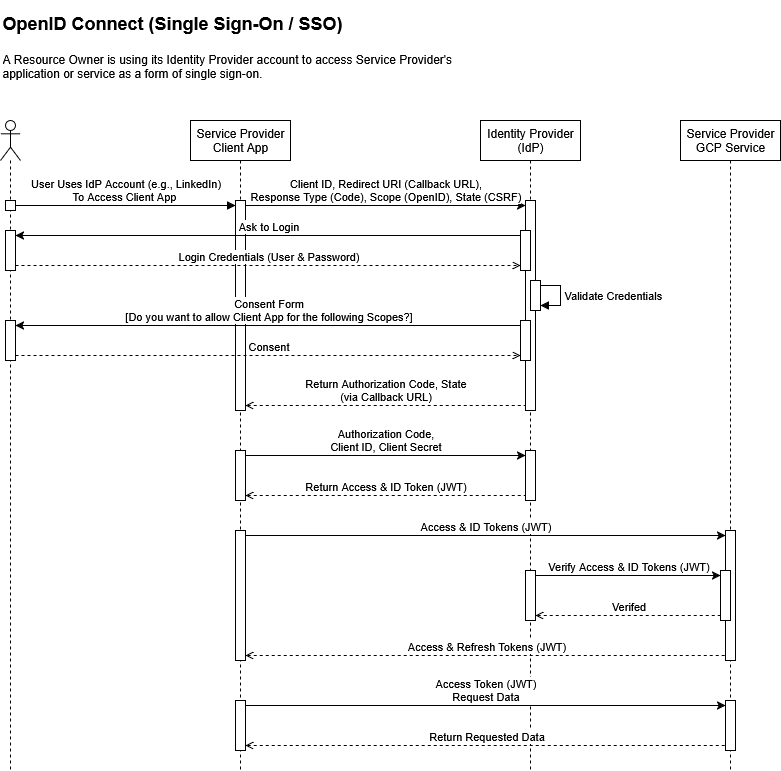
securityscience/Authentication-Authorization keeps this draw.io diagram as OpenID Connect (SSO).drawio.png. Above is the earlier version. Source tidied: cells renumbered, new cells last; positions are measured from the earlier drawing's top-left corner, leaving out a move shared by most shapes. Source of this version:
```xml
<mxGraphModel background="#ffffff">
  <root>
    <mxCell id="0" />
    <mxCell id="1" parent="0" />
    <mxCell id="2" value="&lt;h1 style=&quot;margin-top: 0px;&quot;&gt;&lt;font style=&quot;font-size: 18px;&quot;&gt;OpenID Connect (Single Sign-On / SSO)&lt;/font&gt;&lt;/h1&gt;&lt;p&gt;A Resource Owner is using its Identity Provider account to access Service Provider's application or service as a form of single sign-on.&lt;/p&gt;" style="text;html=1;whiteSpace=wrap;overflow=hidden;rounded=0;" parent="1" vertex="1">
      <mxGeometry width="490" height="90" as="geometry" />
    </mxCell>
    <mxCell id="3" value="&lt;div&gt;Service Provider Client App&lt;/div&gt;" style="shape=umlLifeline;perimeter=lifelinePerimeter;whiteSpace=wrap;html=1;newEdgeStyle={&quot;curved&quot;:0,&quot;rounded&quot;:0};" parent="1" vertex="1">
      <mxGeometry x="190" y="120" width="100" height="650" as="geometry" />
    </mxCell>
    <mxCell id="4" style="html=1;points=[[0,0,0,0,5],[0,1,0,0,-5],[1,0,0,0,5],[1,1,0,0,-5]];perimeter=orthogonalPerimeter;outlineConnect=0;targetShapes=umlLifeline;portConstraint=eastwest;newEdgeStyle={&quot;curved&quot;:0,&quot;rounded&quot;:0};" parent="3" vertex="1">
      <mxGeometry x="45" y="80" width="10" height="210" as="geometry" />
    </mxCell>
    <mxCell id="5" style="html=1;points=[[0,0,0,0,5],[0,1,0,0,-5],[1,0,0,0,5],[1,1,0,0,-5]];perimeter=orthogonalPerimeter;outlineConnect=0;targetShapes=umlLifeline;portConstraint=eastwest;newEdgeStyle={&quot;curved&quot;:0,&quot;rounded&quot;:0};" parent="3" vertex="1">
      <mxGeometry x="45" y="330" width="10" height="50" as="geometry" />
    </mxCell>
    <mxCell id="6" style="html=1;points=[[0,0,0,0,5],[0,1,0,0,-5],[1,0,0,0,5],[1,1,0,0,-5]];perimeter=orthogonalPerimeter;outlineConnect=0;targetShapes=umlLifeline;portConstraint=eastwest;newEdgeStyle={&quot;curved&quot;:0,&quot;rounded&quot;:0};" parent="3" vertex="1">
      <mxGeometry x="45" y="410" width="10" height="130" as="geometry" />
    </mxCell>
    <mxCell id="7" style="html=1;points=[[0,0,0,0,5],[0,1,0,0,-5],[1,0,0,0,5],[1,1,0,0,-5]];perimeter=orthogonalPerimeter;outlineConnect=0;targetShapes=umlLifeline;portConstraint=eastwest;newEdgeStyle={&quot;curved&quot;:0,&quot;rounded&quot;:0};" parent="3" vertex="1">
      <mxGeometry x="45" y="580" width="10" height="50" as="geometry" />
    </mxCell>
    <mxCell id="8" value="Identity Provider (IdP)" style="shape=umlLifeline;perimeter=lifelinePerimeter;whiteSpace=wrap;html=1;newEdgeStyle={&quot;curved&quot;:0,&quot;rounded&quot;:0};" parent="1" vertex="1">
      <mxGeometry x="480" y="120" width="100" height="650" as="geometry" />
    </mxCell>
    <mxCell id="9" style="html=1;points=[[0,0,0,0,5],[0,1,0,0,-5],[1,0,0,0,5],[1,1,0,0,-5]];perimeter=orthogonalPerimeter;outlineConnect=0;targetShapes=umlLifeline;portConstraint=eastwest;newEdgeStyle={&quot;curved&quot;:0,&quot;rounded&quot;:0};" parent="8" vertex="1">
      <mxGeometry x="45" y="80" width="10" height="210" as="geometry" />
    </mxCell>
    <mxCell id="10" style="html=1;points=[[0,0,0,0,5],[0,1,0,0,-5],[1,0,0,0,5],[1,1,0,0,-5]];perimeter=orthogonalPerimeter;outlineConnect=0;targetShapes=umlLifeline;portConstraint=eastwest;newEdgeStyle={&quot;curved&quot;:0,&quot;rounded&quot;:0};" parent="8" vertex="1">
      <mxGeometry x="40" y="110" width="10" height="40" as="geometry" />
    </mxCell>
    <mxCell id="11" style="html=1;points=[[0,0,0,0,5],[0,1,0,0,-5],[1,0,0,0,5],[1,1,0,0,-5]];perimeter=orthogonalPerimeter;outlineConnect=0;targetShapes=umlLifeline;portConstraint=eastwest;newEdgeStyle={&quot;curved&quot;:0,&quot;rounded&quot;:0};" parent="8" vertex="1">
      <mxGeometry x="50" y="160" width="10" height="30" as="geometry" />
    </mxCell>
    <mxCell id="12" value="Validate Credentials" style="html=1;align=left;spacingLeft=2;endArrow=block;rounded=0;edgeStyle=orthogonalEdgeStyle;curved=0;rounded=0;" parent="8" edge="1" source="11" target="11">
      <mxGeometry relative="1" as="geometry" />
    </mxCell>
    <mxCell id="13" style="html=1;points=[[0,0,0,0,5],[0,1,0,0,-5],[1,0,0,0,5],[1,1,0,0,-5]];perimeter=orthogonalPerimeter;outlineConnect=0;targetShapes=umlLifeline;portConstraint=eastwest;newEdgeStyle={&quot;curved&quot;:0,&quot;rounded&quot;:0};" parent="8" vertex="1">
      <mxGeometry x="40" y="200" width="10" height="40" as="geometry" />
    </mxCell>
    <mxCell id="14" style="html=1;points=[[0,0,0,0,5],[0,1,0,0,-5],[1,0,0,0,5],[1,1,0,0,-5]];perimeter=orthogonalPerimeter;outlineConnect=0;targetShapes=umlLifeline;portConstraint=eastwest;newEdgeStyle={&quot;curved&quot;:0,&quot;rounded&quot;:0};" parent="8" vertex="1">
      <mxGeometry x="45" y="330" width="10" height="50" as="geometry" />
    </mxCell>
    <mxCell id="15" style="html=1;points=[[0,0,0,0,5],[0,1,0,0,-5],[1,0,0,0,5],[1,1,0,0,-5]];perimeter=orthogonalPerimeter;outlineConnect=0;targetShapes=umlLifeline;portConstraint=eastwest;newEdgeStyle={&quot;curved&quot;:0,&quot;rounded&quot;:0};" parent="8" vertex="1">
      <mxGeometry x="45" y="450" width="10" height="50" as="geometry" />
    </mxCell>
    <mxCell id="16" value="Service Provider GCP Service" style="shape=umlLifeline;perimeter=lifelinePerimeter;whiteSpace=wrap;html=1;newEdgeStyle={&quot;curved&quot;:0,&quot;rounded&quot;:0};" parent="1" vertex="1">
      <mxGeometry x="680" y="120" width="100" height="650" as="geometry" />
    </mxCell>
    <mxCell id="17" style="html=1;points=[[0,0,0,0,5],[0,1,0,0,-5],[1,0,0,0,5],[1,1,0,0,-5]];perimeter=orthogonalPerimeter;outlineConnect=0;targetShapes=umlLifeline;portConstraint=eastwest;newEdgeStyle={&quot;curved&quot;:0,&quot;rounded&quot;:0};" parent="16" vertex="1">
      <mxGeometry x="45" y="410" width="10" height="130" as="geometry" />
    </mxCell>
    <mxCell id="18" style="html=1;points=[[0,0,0,0,5],[0,1,0,0,-5],[1,0,0,0,5],[1,1,0,0,-5]];perimeter=orthogonalPerimeter;outlineConnect=0;targetShapes=umlLifeline;portConstraint=eastwest;newEdgeStyle={&quot;curved&quot;:0,&quot;rounded&quot;:0};" parent="16" vertex="1">
      <mxGeometry x="40" y="450" width="10" height="50" as="geometry" />
    </mxCell>
    <mxCell id="19" style="html=1;points=[[0,0,0,0,5],[0,1,0,0,-5],[1,0,0,0,5],[1,1,0,0,-5]];perimeter=orthogonalPerimeter;outlineConnect=0;targetShapes=umlLifeline;portConstraint=eastwest;newEdgeStyle={&quot;curved&quot;:0,&quot;rounded&quot;:0};" parent="16" vertex="1">
      <mxGeometry x="45" y="580" width="10" height="50" as="geometry" />
    </mxCell>
    <mxCell id="20" style="shape=umlLifeline;perimeter=lifelinePerimeter;whiteSpace=wrap;html=1;newEdgeStyle={&quot;curved&quot;:0,&quot;rounded&quot;:0};participant=umlActor;" parent="1" vertex="1">
      <mxGeometry y="120" width="20" height="650" as="geometry" />
    </mxCell>
    <mxCell id="21" style="html=1;points=[[0,0,0,0,5],[0,1,0,0,-5],[1,0,0,0,5],[1,1,0,0,-5]];perimeter=orthogonalPerimeter;outlineConnect=0;targetShapes=umlLifeline;portConstraint=eastwest;newEdgeStyle={&quot;curved&quot;:0,&quot;rounded&quot;:0};" parent="20" vertex="1">
      <mxGeometry x="5" y="80" width="10" height="10" as="geometry" />
    </mxCell>
    <mxCell id="22" style="html=1;points=[[0,0,0,0,5],[0,1,0,0,-5],[1,0,0,0,5],[1,1,0,0,-5]];perimeter=orthogonalPerimeter;outlineConnect=0;targetShapes=umlLifeline;portConstraint=eastwest;newEdgeStyle={&quot;curved&quot;:0,&quot;rounded&quot;:0};" parent="20" vertex="1">
      <mxGeometry x="5" y="110" width="10" height="40" as="geometry" />
    </mxCell>
    <mxCell id="23" style="html=1;points=[[0,0,0,0,5],[0,1,0,0,-5],[1,0,0,0,5],[1,1,0,0,-5]];perimeter=orthogonalPerimeter;outlineConnect=0;targetShapes=umlLifeline;portConstraint=eastwest;newEdgeStyle={&quot;curved&quot;:0,&quot;rounded&quot;:0};" parent="20" vertex="1">
      <mxGeometry x="5" y="200" width="10" height="40" as="geometry" />
    </mxCell>
    <mxCell id="24" value="&lt;div&gt;User Uses&amp;nbsp;IdP Account (e.g., LinkedIn)&lt;/div&gt;&lt;div&gt;To Access Client App&amp;nbsp;&lt;/div&gt;" style="html=1;verticalAlign=bottom;endArrow=block;curved=0;rounded=0;exitX=1;exitY=0;exitDx=0;exitDy=5;exitPerimeter=0;entryX=0;entryY=0;entryDx=0;entryDy=5;entryPerimeter=0;" parent="1" edge="1" source="21" target="4">
      <mxGeometry relative="1" as="geometry" />
    </mxCell>
    <mxCell id="25" value="&lt;div&gt;Client ID, Redirect URI (Callback URL),&lt;/div&gt;&lt;div&gt;Response Type (Code), Scope (OpenID), State (CSRF)&lt;/div&gt;" style="html=1;verticalAlign=bottom;endArrow=classic;curved=0;rounded=0;exitX=1;exitY=0;exitDx=0;exitDy=5;exitPerimeter=0;entryX=0;entryY=0;entryDx=0;entryDy=5;entryPerimeter=0;endFill=1;" parent="1" edge="1" source="4" target="9">
      <mxGeometry relative="1" as="geometry" />
    </mxCell>
    <mxCell id="26" value="Ask to Login" style="html=1;verticalAlign=bottom;endArrow=none;curved=0;rounded=0;entryX=0;entryY=0;entryDx=0;entryDy=5;entryPerimeter=0;startArrow=classic;startFill=1;endFill=0;exitX=1;exitY=0;exitDx=0;exitDy=5;exitPerimeter=0;shadow=0;" parent="1" edge="1" source="22" target="10">
      <mxGeometry relative="1" as="geometry" />
    </mxCell>
    <mxCell id="27" value="Login Credentials (User &amp;amp; Password)" style="html=1;verticalAlign=bottom;endArrow=open;curved=0;rounded=0;entryX=0;entryY=1;entryDx=0;entryDy=-5;entryPerimeter=0;startArrow=none;startFill=0;endFill=0;exitX=1;exitY=1;exitDx=0;exitDy=-5;exitPerimeter=0;shadow=0;dashed=1;" parent="1" edge="1" source="22" target="10">
      <mxGeometry relative="1" as="geometry" />
    </mxCell>
    <mxCell id="28" value="&lt;div&gt;Consent Form&lt;/div&gt;&lt;div&gt;[Do you want to allow Client App for the following Scopes?]&lt;/div&gt;" style="html=1;verticalAlign=bottom;endArrow=none;curved=0;rounded=0;entryX=0;entryY=0;entryDx=0;entryDy=5;entryPerimeter=0;startArrow=classic;startFill=1;endFill=0;exitX=1;exitY=0;exitDx=0;exitDy=5;exitPerimeter=0;shadow=0;" parent="1" edge="1" source="23" target="13">
      <mxGeometry relative="1" as="geometry" />
    </mxCell>
    <mxCell id="29" value="Consent" style="html=1;verticalAlign=bottom;endArrow=open;curved=0;rounded=0;entryX=0;entryY=1;entryDx=0;entryDy=-5;entryPerimeter=0;startArrow=none;startFill=0;endFill=0;exitX=1;exitY=1;exitDx=0;exitDy=-5;exitPerimeter=0;shadow=0;dashed=1;" parent="1" edge="1" source="23" target="13">
      <mxGeometry relative="1" as="geometry" />
    </mxCell>
    <mxCell id="30" value="&lt;div&gt;Return Authorization Code, State&lt;/div&gt;&lt;div&gt;(via Callback URL)&lt;/div&gt;" style="html=1;verticalAlign=bottom;endArrow=none;curved=0;rounded=0;entryX=0;entryY=1;entryDx=0;entryDy=-5;entryPerimeter=0;startArrow=open;startFill=0;endFill=0;shadow=0;dashed=1;exitX=1;exitY=1;exitDx=0;exitDy=-5;exitPerimeter=0;" parent="1" edge="1" source="4" target="9">
      <mxGeometry relative="1" as="geometry" />
    </mxCell>
    <mxCell id="31" value="&lt;div&gt;Authorization Code,&lt;/div&gt;&lt;div&gt;Client ID, Client Secret&lt;/div&gt;" style="html=1;verticalAlign=bottom;endArrow=classic;curved=0;rounded=0;exitX=1;exitY=0;exitDx=0;exitDy=5;exitPerimeter=0;entryX=0;entryY=0;entryDx=0;entryDy=5;entryPerimeter=0;endFill=1;" parent="1" edge="1" source="5" target="14">
      <mxGeometry relative="1" as="geometry" />
    </mxCell>
    <mxCell id="32" value="&lt;div&gt;Return Access &amp;amp; ID Token (JWT)&lt;/div&gt;" style="html=1;verticalAlign=bottom;endArrow=none;curved=0;rounded=0;entryX=0;entryY=1;entryDx=0;entryDy=-5;entryPerimeter=0;startArrow=open;startFill=0;endFill=0;shadow=0;dashed=1;exitX=1;exitY=1;exitDx=0;exitDy=-5;exitPerimeter=0;" parent="1" edge="1" source="5" target="14">
      <mxGeometry relative="1" as="geometry" />
    </mxCell>
    <mxCell id="33" value="&lt;div&gt;Access &amp;amp; ID Tokens (JWT)&lt;/div&gt;" style="html=1;verticalAlign=bottom;endArrow=classic;curved=0;rounded=0;entryX=0;entryY=0;entryDx=0;entryDy=5;entryPerimeter=0;endFill=1;exitX=1;exitY=0;exitDx=0;exitDy=5;exitPerimeter=0;" parent="1" edge="1" source="6" target="17">
      <mxGeometry relative="1" as="geometry" />
    </mxCell>
    <mxCell id="34" value="Access &amp;amp; Refresh Tokens (JWT)" style="html=1;verticalAlign=bottom;endArrow=none;curved=0;rounded=0;entryX=0;entryY=1;entryDx=0;entryDy=-5;entryPerimeter=0;startArrow=open;startFill=0;endFill=0;shadow=0;dashed=1;exitX=1;exitY=1;exitDx=0;exitDy=-5;exitPerimeter=0;" parent="1" edge="1" source="6" target="17">
      <mxGeometry relative="1" as="geometry" />
    </mxCell>
    <mxCell id="35" value="Verify Access &amp;amp; ID Tokens (JWT)" style="html=1;verticalAlign=bottom;endArrow=classic;curved=0;rounded=0;exitX=1;exitY=0;exitDx=0;exitDy=5;exitPerimeter=0;entryX=0;entryY=0;entryDx=0;entryDy=5;entryPerimeter=0;endFill=1;" parent="1" edge="1" source="15" target="18">
      <mxGeometry relative="1" as="geometry" />
    </mxCell>
    <mxCell id="36" value="Verifed" style="html=1;verticalAlign=bottom;endArrow=none;curved=0;rounded=0;entryX=0;entryY=1;entryDx=0;entryDy=-5;entryPerimeter=0;startArrow=open;startFill=0;endFill=0;shadow=0;dashed=1;exitX=1;exitY=1;exitDx=0;exitDy=-5;exitPerimeter=0;" parent="1" edge="1" source="15" target="18">
      <mxGeometry relative="1" as="geometry" />
    </mxCell>
    <mxCell id="37" value="&lt;div&gt;Access Token (JWT)&lt;/div&gt;&lt;div&gt;Request Data&lt;/div&gt;" style="html=1;verticalAlign=bottom;endArrow=classic;curved=0;rounded=0;exitX=1;exitY=0;exitDx=0;exitDy=5;exitPerimeter=0;entryX=0;entryY=0;entryDx=0;entryDy=5;entryPerimeter=0;endFill=1;" parent="1" edge="1" source="7" target="19">
      <mxGeometry relative="1" as="geometry" />
    </mxCell>
    <mxCell id="38" value="Return Requested Data" style="html=1;verticalAlign=bottom;endArrow=none;curved=0;rounded=0;entryX=0;entryY=1;entryDx=0;entryDy=-5;entryPerimeter=0;startArrow=open;startFill=0;endFill=0;shadow=0;dashed=1;exitX=1;exitY=1;exitDx=0;exitDy=-5;exitPerimeter=0;" parent="1" edge="1" source="7" target="19">
      <mxGeometry relative="1" as="geometry" />
    </mxCell>
  </root>
</mxGraphModel>
```
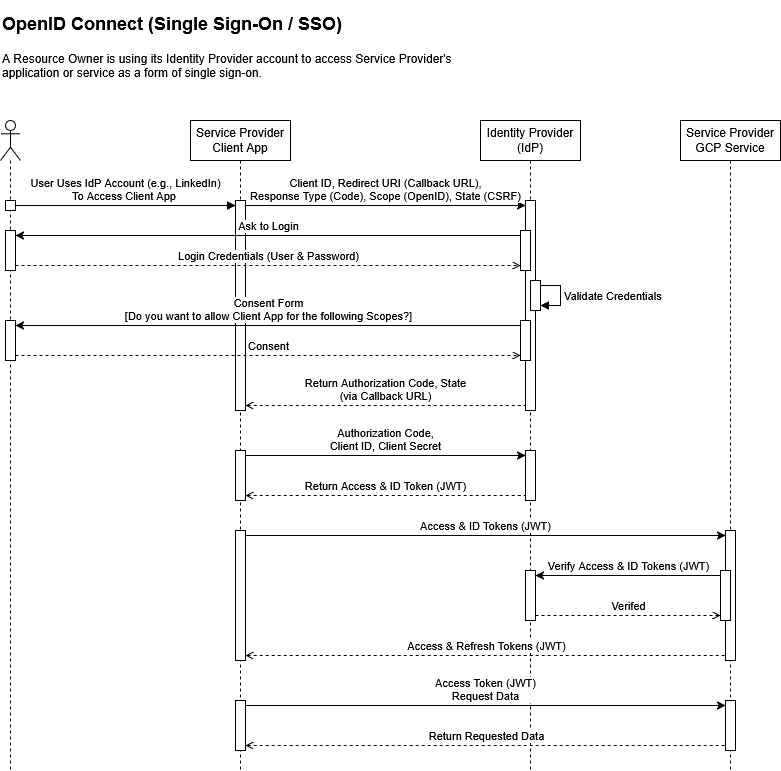
After the commit.

What changed in the source:
```diff
@@ -101,10 +101,10 @@
     <mxCell id="34" value="Access &amp;amp; Refresh Tokens (JWT)" style="html=1;verticalAlign=bottom;endArrow=none;curved=0;rounded=0;entryX=0;entryY=1;entryDx=0;entryDy=-5;entryPerimeter=0;startArrow=open;startFill=0;endFill=0;shadow=0;dashed=1;exitX=1;exitY=1;exitDx=0;exitDy=-5;exitPerimeter=0;" parent="1" edge="1" source="6" target="17">
       <mxGeometry relative="1" as="geometry" />
     </mxCell>
-    <mxCell id="35" value="Verify Access &amp;amp; ID Tokens (JWT)" style="html=1;verticalAlign=bottom;endArrow=classic;curved=0;rounded=0;exitX=1;exitY=0;exitDx=0;exitDy=5;exitPerimeter=0;entryX=0;entryY=0;entryDx=0;entryDy=5;entryPerimeter=0;endFill=1;" parent="1" edge="1" source="15" target="18">
+    <mxCell id="35" value="Verify Access &amp;amp; ID Tokens (JWT)" style="html=1;verticalAlign=bottom;endArrow=none;curved=0;rounded=0;exitX=1;exitY=0;exitDx=0;exitDy=5;exitPerimeter=0;entryX=0;entryY=0;entryDx=0;entryDy=5;entryPerimeter=0;endFill=0;startArrow=classic;startFill=1;" parent="1" edge="1" source="15" target="18">
       <mxGeometry relative="1" as="geometry" />
     </mxCell>
-    <mxCell id="36" value="Verifed" style="html=1;verticalAlign=bottom;endArrow=none;curved=0;rounded=0;entryX=0;entryY=1;entryDx=0;entryDy=-5;entryPerimeter=0;startArrow=open;startFill=0;endFill=0;shadow=0;dashed=1;exitX=1;exitY=1;exitDx=0;exitDy=-5;exitPerimeter=0;" parent="1" edge="1" source="15" target="18">
+    <mxCell id="36" value="Verifed" style="html=1;verticalAlign=bottom;endArrow=open;curved=0;rounded=0;entryX=0;entryY=1;entryDx=0;entryDy=-5;entryPerimeter=0;startArrow=none;startFill=0;endFill=0;shadow=0;dashed=1;exitX=1;exitY=1;exitDx=0;exitDy=-5;exitPerimeter=0;" parent="1" edge="1" source="15" target="18">
       <mxGeometry relative="1" as="geometry" />
     </mxCell>
     <mxCell id="37" value="&lt;div&gt;Access Token (JWT)&lt;/div&gt;&lt;div&gt;Request Data&lt;/div&gt;" style="html=1;verticalAlign=bottom;endArrow=classic;curved=0;rounded=0;exitX=1;exitY=0;exitDx=0;exitDy=5;exitPerimeter=0;entryX=0;entryY=0;entryDx=0;entryDy=5;entryPerimeter=0;endFill=1;" parent="1" edge="1" source="7" target="19">
```
